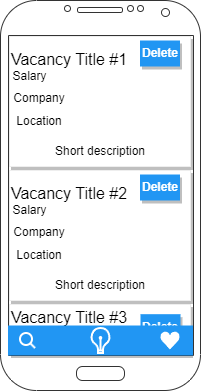
Above: Mockups/SavedVacancies.drawio.png in NikitunPVLK/JobSeeker (draw.io), before the change. Source tidied: cells renumbered, new cells last; positions are measured from the earlier drawing's top-left corner, leaving out a move shared by most shapes.
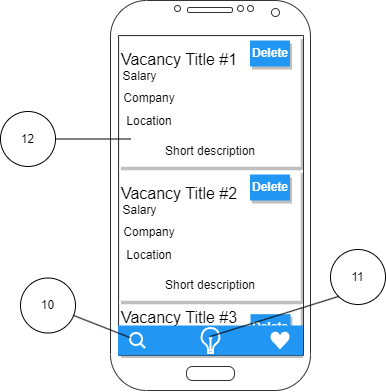
The same diagram one commit later.

Diff of the diagram source:
```diff
@@ -71,5 +71,25 @@
     <mxCell id="24" style="html=1;verticalLabelPosition=bottom;align=center;labelBackgroundColor=#ffffff;verticalAlign=top;strokeWidth=2;strokeColor=#FFFFFF;shadow=0;dashed=0;shape=mxgraph.ios7.icons.lightbulb;fillColor=#2196F3;" parent="1" vertex="1">
       <mxGeometry x="90.4" y="327.5" width="19.2" height="25" as="geometry" />
     </mxCell>
+    <mxCell id="25" value="10" style="ellipse;whiteSpace=wrap;html=1;" parent="1" vertex="1">
+      <mxGeometry x="-90" y="277.5" width="55" height="55" as="geometry" />
+    </mxCell>
+    <mxCell id="26" style="endArrow=none;html=1;rounded=0;" parent="1" edge="1" source="25" target="23">
+      <mxGeometry relative="1" as="geometry" />
+    </mxCell>
+    <mxCell id="27" value="11" style="ellipse;whiteSpace=wrap;html=1;" parent="1" vertex="1">
+      <mxGeometry x="220" y="249" width="55" height="55" as="geometry" />
+    </mxCell>
+    <mxCell id="28" style="endArrow=none;html=1;rounded=0;exitX=0;exitY=1;exitDx=0;exitDy=0;entryX=0.444;entryY=0.351;entryDx=0;entryDy=0;entryPerimeter=0;" parent="1" edge="1" source="27" target="24">
+      <mxGeometry relative="1" as="geometry" />
+    </mxCell>
+    <mxCell id="29" value="12" style="ellipse;whiteSpace=wrap;html=1;" parent="1" vertex="1">
+      <mxGeometry x="-110" y="111" width="55" height="55" as="geometry" />
+    </mxCell>
+    <mxCell id="30" style="endArrow=none;html=1;rounded=0;exitX=1;exitY=0.5;exitDx=0;exitDy=0;" parent="1" edge="1" source="29">
+      <mxGeometry relative="1" as="geometry">
+        <mxPoint x="20" y="138.5" as="targetPoint" />
+      </mxGeometry>
+    </mxCell>
   </root>
 </mxGraphModel>
```
